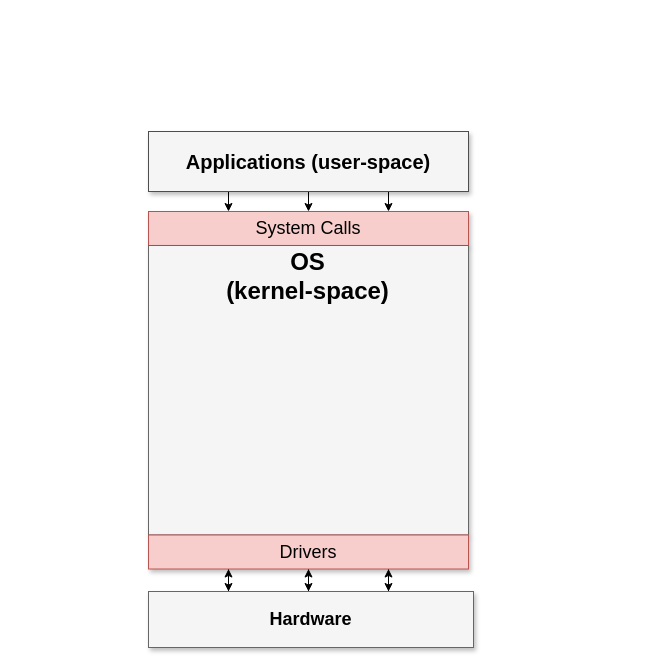
The draw.io diagram page "All" (1 of 4) of Operating_Systems/img/OS.drawio in Steindvart/My_study, before the edit. Source tidied: cells renumbered, new cells numbered last; positions are measured from the earlier drawing's top-left corner, leaving out a move shared by most shapes. Both pictures are drawn from the tidied source at 100%, with x=0, y=0 at pixel (148, 131).
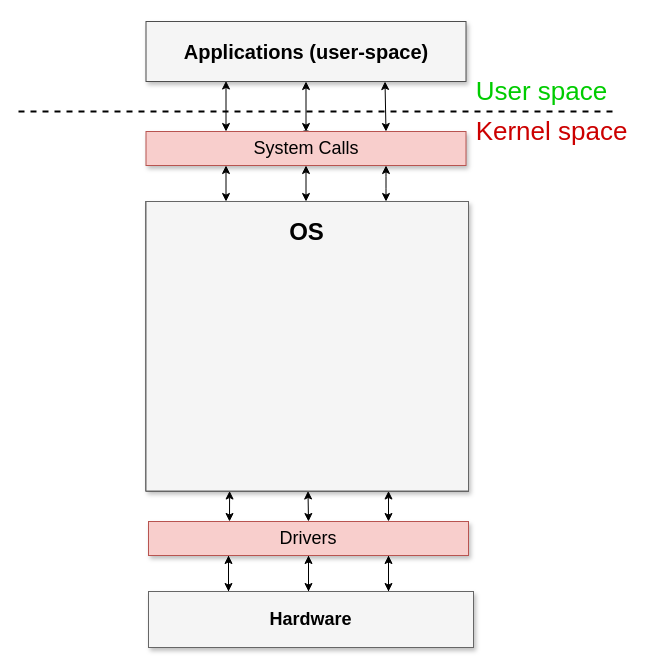
After the change.

Diff of the diagram source:
```diff
@@
-    <mxCell id="2" style="edgeStyle=orthogonalEdgeStyle;rounded=0;jettySize=auto;html=1;exitX=0.25;exitY=1;exitDx=0;exitDy=0;entryX=0.25;entryY=0;entryDx=0;entryDy=0;" parent="1" edge="1" source="5" target="13">
-      <mxGeometry relative="1" as="geometry" />
-    </mxCell>
-    <mxCell id="3" style="edgeStyle=orthogonalEdgeStyle;rounded=0;jettySize=auto;html=1;exitX=0.5;exitY=1;exitDx=0;exitDy=0;entryX=0.5;entryY=0;entryDx=0;entryDy=0;" parent="1" edge="1" source="5" target="13">
-      <mxGeometry relative="1" as="geometry" />
-    </mxCell>
-    <mxCell id="4" style="edgeStyle=orthogonalEdgeStyle;rounded=0;jettySize=auto;html=1;exitX=0.75;exitY=1;exitDx=0;exitDy=0;entryX=0.75;entryY=0;entryDx=0;entryDy=0;" parent="1" edge="1" source="5" target="13">
-      <mxGeometry relative="1" as="geometry" />
-    </mxCell>
+    <mxCell id="21" style="edgeStyle=orthogonalEdgeStyle;rounded=0;jettySize=auto;html=1;exitX=0.25;exitY=0;exitDx=0;exitDy=0;entryX=0.25;entryY=1;entryDx=0;entryDy=0;" parent="1" edge="1" source="9" target="20">
+      <mxGeometry relative="1" as="geometry" />
+    </mxCell>
+    <mxCell id="22" style="edgeStyle=orthogonalEdgeStyle;rounded=0;jettySize=auto;html=1;exitX=0.5;exitY=0;exitDx=0;exitDy=0;entryX=0.5;entryY=1;entryDx=0;entryDy=0;" parent="1" edge="1" source="9" target="20">
+      <mxGeometry relative="1" as="geometry" />
+    </mxCell>
+    <mxCell id="23" style="edgeStyle=orthogonalEdgeStyle;rounded=0;jettySize=auto;html=1;exitX=0.75;exitY=0;exitDx=0;exitDy=0;entryX=0.75;entryY=1;entryDx=0;entryDy=0;" parent="1" edge="1" source="9" target="20">
+      <mxGeometry relative="1" as="geometry" />
+    </mxCell>
+    <mxCell id="9" value="&lt;b&gt;Hardware&lt;/b&gt;" style="whiteSpace=wrap;html=1;shadow=1;fontSize=18;fillColor=#f5f5f5;strokeColor=#666666;" parent="1" vertex="1">
+      <mxGeometry y="460" width="325" height="56" as="geometry" />
+    </mxCell>
+    <mxCell id="24" style="edgeStyle=orthogonalEdgeStyle;rounded=0;jettySize=auto;html=1;exitX=0.25;exitY=1;exitDx=0;exitDy=0;" parent="1" edge="1" source="20">
+      <mxGeometry relative="1" as="geometry">
+        <mxPoint x="80" y="460" as="targetPoint" />
+      </mxGeometry>
+    </mxCell>
+    <mxCell id="25" style="edgeStyle=orthogonalEdgeStyle;rounded=0;jettySize=auto;html=1;exitX=0.5;exitY=1;exitDx=0;exitDy=0;" parent="1" edge="1" source="20">
+      <mxGeometry relative="1" as="geometry">
+        <mxPoint x="160" y="460" as="targetPoint" />
+      </mxGeometry>
+    </mxCell>
+    <mxCell id="26" style="edgeStyle=orthogonalEdgeStyle;rounded=0;jettySize=auto;html=1;exitX=0.75;exitY=1;exitDx=0;exitDy=0;" parent="1" edge="1" source="20">
+      <mxGeometry relative="1" as="geometry">
+        <mxPoint x="240" y="460" as="targetPoint" />
+      </mxGeometry>
+    </mxCell>
+    <mxCell id="20" value="Drivers" style="whiteSpace=wrap;html=1;shadow=1;fontSize=18;fillColor=#f8cecc;strokeColor=#b85450;" parent="1" vertex="1">
+      <mxGeometry y="390" width="320" height="34" as="geometry" />
+    </mxCell>
     <mxCell id="5" value="&lt;b&gt;Applications (user-space)&lt;/b&gt;" style="whiteSpace=wrap;html=1;shadow=1;fontSize=20;fillColor=#f5f5f5;strokeColor=#4D4D4D;strokeWidth=1;" parent="1" vertex="1">
-      <mxGeometry width="320" height="60" as="geometry" />
+      <mxGeometry x="-2.5" y="-110" width="320" height="60" as="geometry" />
     </mxCell>
-    <mxCell id="6" style="edgeStyle=orthogonalEdgeStyle;rounded=0;jettySize=auto;html=1;exitX=0.25;exitY=0;exitDx=0;exitDy=0;entryX=0.25;entryY=1;entryDx=0;entryDy=0;" parent="1" edge="1" source="9" target="20">
-      <mxGeometry relative="1" as="geometry" />
-    </mxCell>
-    <mxCell id="7" style="edgeStyle=orthogonalEdgeStyle;rounded=0;jettySize=auto;html=1;exitX=0.5;exitY=0;exitDx=0;exitDy=0;entryX=0.5;entryY=1;entryDx=0;entryDy=0;" parent="1" edge="1" source="9" target="20">
-      <mxGeometry relative="1" as="geometry" />
-    </mxCell>
-    <mxCell id="8" style="edgeStyle=orthogonalEdgeStyle;rounded=0;jettySize=auto;html=1;exitX=0.75;exitY=0;exitDx=0;exitDy=0;entryX=0.75;entryY=1;entryDx=0;entryDy=0;" parent="1" edge="1" source="9" target="20">
-      <mxGeometry relative="1" as="geometry" />
-    </mxCell>
-    <mxCell id="9" value="&lt;b&gt;Hardware&lt;/b&gt;" style="whiteSpace=wrap;html=1;shadow=1;fontSize=18;fillColor=#f5f5f5;strokeColor=#666666;" parent="1" vertex="1">
-      <mxGeometry y="460" width="325" height="56" as="geometry" />
-    </mxCell>
-    <mxCell id="10" style="edgeStyle=orthogonalEdgeStyle;rounded=0;jettySize=auto;html=1;exitX=0.25;exitY=1;exitDx=0;exitDy=0;entryX=0.136;entryY=0.025;entryDx=0;entryDy=0;entryPerimeter=0;" parent="1" edge="1" source="13" target="16">
-      <mxGeometry relative="1" as="geometry" />
-    </mxCell>
-    <mxCell id="11" style="edgeStyle=orthogonalEdgeStyle;rounded=0;jettySize=auto;html=1;exitX=0.5;exitY=1;exitDx=0;exitDy=0;entryX=0.5;entryY=0;entryDx=0;entryDy=0;" parent="1" edge="1" source="13" target="16">
-      <mxGeometry relative="1" as="geometry" />
-    </mxCell>
-    <mxCell id="12" style="edgeStyle=orthogonalEdgeStyle;rounded=0;jettySize=auto;html=1;exitX=0.75;exitY=1;exitDx=0;exitDy=0;entryX=0.845;entryY=0.042;entryDx=0;entryDy=0;entryPerimeter=0;" parent="1" edge="1" source="13" target="16">
-      <mxGeometry relative="1" as="geometry" />
-    </mxCell>
+    <mxCell id="27" style="edgeStyle=orthogonalEdgeStyle;shape=link;rounded=0;jettySize=auto;html=1;shadow=0;strokeWidth=2;" parent="1" edge="1" source="13">
+      <mxGeometry relative="1" as="geometry">
+        <mxPoint x="157.5" as="targetPoint" />
+      </mxGeometry>
+    </mxCell>
-    <mxCell id="13" value="System Calls" style="whiteSpace=wrap;html=1;shadow=1;fontSize=18;fillColor=#f8cecc;strokeColor=#b85450;" parent="1" vertex="1">
-      <mxGeometry y="80" width="320" height="34" as="geometry" />
+    <mxCell id="13" value="System Calls" style="whiteSpace=wrap;html=1;shadow=1;fontSize=18;fillColor=#f8cecc;strokeColor=#b85450;rounded=0;glass=0;comic=0;absoluteArcSize=0;noLabel=0;fixDash=0;" parent="1" vertex="1">
+      <mxGeometry x="-2.5" width="320" height="34" as="geometry" />
     </mxCell>
-    <mxCell id="14" style="group;fillColor=#CCCCCC;strokeColor=#000000;rounded=0;glass=0;comic=0;" parent="1" vertex="1">
-      <mxGeometry y="114" width="320" height="289.5" as="geometry" />
-    </mxCell>
-    <mxCell id="15" style="whiteSpace=wrap;html=1;shadow=1;fontSize=18;fillColor=#f5f5f5;strokeColor=#666666;" parent="14" vertex="1">
-      <mxGeometry width="320" height="289.5" as="geometry" />
-    </mxCell>
-    <mxCell id="16" value="&lt;font style=&quot;font-size: 24px&quot;&gt;&lt;b&gt;&lt;font style=&quot;font-size: 24px&quot;&gt;OS &lt;br&gt;(kernel-space)&lt;br&gt;&lt;/font&gt;&lt;/b&gt;&lt;/font&gt;" style="text;html=1;strokeColor=none;fillColor=none;align=center;verticalAlign=middle;whiteSpace=wrap;rounded=0;" parent="14" vertex="1">
-      <mxGeometry x="47.5" width="224.9" height="62" as="geometry" />
-    </mxCell>
-    <mxCell id="17" style="edgeStyle=orthogonalEdgeStyle;rounded=0;jettySize=auto;html=1;exitX=0.25;exitY=1;exitDx=0;exitDy=0;" parent="1" edge="1" source="20">
-      <mxGeometry relative="1" as="geometry">
-        <mxPoint x="80" y="460" as="targetPoint" />
-      </mxGeometry>
-    </mxCell>
-    <mxCell id="18" style="edgeStyle=orthogonalEdgeStyle;rounded=0;jettySize=auto;html=1;exitX=0.5;exitY=1;exitDx=0;exitDy=0;" parent="1" edge="1" source="20">
-      <mxGeometry relative="1" as="geometry">
-        <mxPoint x="160" y="460" as="targetPoint" />
-      </mxGeometry>
-    </mxCell>
-    <mxCell id="19" style="edgeStyle=orthogonalEdgeStyle;rounded=0;jettySize=auto;html=1;exitX=0.75;exitY=1;exitDx=0;exitDy=0;" parent="1" edge="1" source="20">
-      <mxGeometry relative="1" as="geometry">
-        <mxPoint x="240" y="460" as="targetPoint" />
-      </mxGeometry>
-    </mxCell>
-    <mxCell id="20" value="Drivers" style="whiteSpace=wrap;html=1;shadow=1;fontSize=18;fillColor=#f8cecc;strokeColor=#b85450;" parent="1" vertex="1">
-      <mxGeometry y="403.5" width="320" height="34" as="geometry" />
-    </mxCell>
+    <mxCell id="28" style="group;fillColor=#CCCCCC;strokeColor=#000000;rounded=0;glass=0;comic=0;" parent="1" vertex="1">
+      <mxGeometry x="-2.5" y="70" width="322.5" height="289.5" as="geometry" />
+    </mxCell>
+    <mxCell id="29" style="whiteSpace=wrap;html=1;shadow=1;fontSize=18;fillColor=#f5f5f5;strokeColor=#666666;" parent="28" vertex="1">
+      <mxGeometry width="322.5" height="289.5" as="geometry" />
+    </mxCell>
+    <mxCell id="30" value="&lt;font style=&quot;font-size: 24px&quot;&gt;&lt;b&gt;&lt;font style=&quot;font-size: 24px&quot;&gt;OS &lt;br&gt;&lt;/font&gt;&lt;/b&gt;&lt;/font&gt;" style="text;html=1;strokeColor=none;fillColor=none;align=center;verticalAlign=middle;whiteSpace=wrap;rounded=0;" parent="28" vertex="1">
+      <mxGeometry x="47.9" width="226.7" height="62" as="geometry" />
+    </mxCell>
+    <mxCell id="31" style="endArrow=classic;startArrow=classic;html=1;entryX=0.25;entryY=1;entryDx=0;entryDy=0;" parent="1" edge="1">
+      <mxGeometry relative="1" as="geometry">
+        <mxPoint x="81" y="390" as="sourcePoint" />
+        <mxPoint x="81.1" y="359.5" as="targetPoint" />
+      </mxGeometry>
+    </mxCell>
+    <mxCell id="32" style="endArrow=classic;startArrow=classic;html=1;entryX=0.25;entryY=1;entryDx=0;entryDy=0;" parent="1" edge="1">
+      <mxGeometry relative="1" as="geometry">
+        <mxPoint x="160" y="390" as="sourcePoint" />
+        <mxPoint x="159.5" y="359.5" as="targetPoint" />
+      </mxGeometry>
+    </mxCell>
+    <mxCell id="33" style="endArrow=classic;startArrow=classic;html=1;entryX=0.25;entryY=1;entryDx=0;entryDy=0;exitX=0.75;exitY=0;exitDx=0;exitDy=0;" parent="1" edge="1" source="20">
+      <mxGeometry relative="1" as="geometry">
+        <mxPoint x="240" y="359.5" as="targetPoint" />
+      </mxGeometry>
+    </mxCell>
+    <mxCell id="34" style="endArrow=none;dashed=1;html=1;shadow=0;strokeWidth=2;" parent="1" edge="1">
+      <mxGeometry relative="1" as="geometry">
+        <mxPoint x="-130" y="-20" as="sourcePoint" />
+        <mxPoint x="470" y="-20" as="targetPoint" />
+      </mxGeometry>
+    </mxCell>
+    <mxCell id="35" value="&lt;font style=&quot;font-size: 26px&quot; color=&quot;#00CC00&quot;&gt;User space&lt;br&gt;&lt;/font&gt;" style="text;html=1;align=center;verticalAlign=middle;" parent="1" vertex="1">
+      <mxGeometry x="317.5" y="-50" width="150" height="20" as="geometry" />
+    </mxCell>
+    <mxCell id="36" value="&lt;font style=&quot;font-size: 26px&quot; color=&quot;#CC0000&quot;&gt;Kernel space&lt;br&gt;&lt;/font&gt;" style="text;html=1;align=center;verticalAlign=middle;" parent="1" vertex="1">
+      <mxGeometry x="317.5" y="-10" width="170" height="20" as="geometry" />
+    </mxCell>
+    <mxCell id="37" style="endArrow=classic;startArrow=classic;html=1;entryX=0.25;entryY=1;entryDx=0;entryDy=0;exitX=0.25;exitY=0;exitDx=0;exitDy=0;" parent="1" edge="1" source="13">
+      <mxGeometry relative="1" as="geometry">
+        <mxPoint x="77.5" y="-50.5" as="targetPoint" />
+      </mxGeometry>
+    </mxCell>
+    <mxCell id="38" style="endArrow=classic;startArrow=classic;html=1;entryX=0.5;entryY=1;entryDx=0;entryDy=0;exitX=0.5;exitY=0;exitDx=0;exitDy=0;" parent="1" edge="1" source="13" target="5">
+      <mxGeometry relative="1" as="geometry" />
+    </mxCell>
+    <mxCell id="39" style="endArrow=classic;startArrow=classic;html=1;exitX=0.75;exitY=0;exitDx=0;exitDy=0;" parent="1" edge="1" source="13">
+      <mxGeometry relative="1" as="geometry">
+        <mxPoint x="236.5" y="-50" as="targetPoint" />
+      </mxGeometry>
+    </mxCell>
+    <mxCell id="40" style="endArrow=classic;startArrow=classic;html=1;entryX=0.25;entryY=1;entryDx=0;entryDy=0;" parent="1" edge="1" target="13">
+      <mxGeometry relative="1" as="geometry">
+        <mxPoint x="77.5" y="70" as="sourcePoint" />
+      </mxGeometry>
+    </mxCell>
+    <mxCell id="41" style="endArrow=classic;startArrow=classic;html=1;entryX=0.5;entryY=1;entryDx=0;entryDy=0;" parent="1" edge="1" target="13">
+      <mxGeometry relative="1" as="geometry">
+        <mxPoint x="157.5" y="70" as="sourcePoint" />
+      </mxGeometry>
+    </mxCell>
+    <mxCell id="42" style="endArrow=classic;startArrow=classic;html=1;entryX=0.5;entryY=1;entryDx=0;entryDy=0;" parent="1" edge="1">
+      <mxGeometry relative="1" as="geometry">
+        <mxPoint x="237.5" y="70" as="sourcePoint" />
+        <mxPoint x="237.5" y="34" as="targetPoint" />
+        <Array as="points">
+          <mxPoint x="237.5" y="50" />
+        </Array>
+      </mxGeometry>
+    </mxCell>
```
